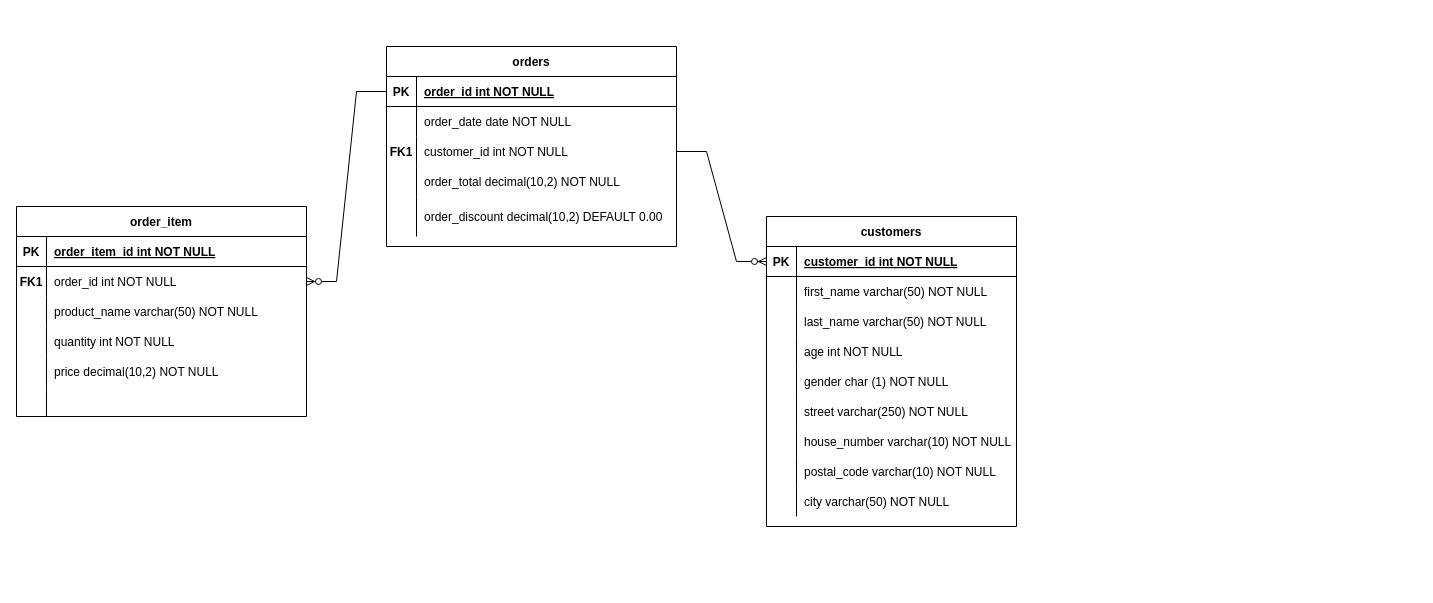
The draw.io diagram Untitled Diagram.drawio in RaisaNM/Diamond-Collector-PRG4-eindopdracht, before the edit. Source tidied: cells renumbered, new cells numbered last; positions are measured from the earlier drawing's top-left corner, leaving out a move shared by most shapes. Both pictures are drawn from the tidied source at 100%, with x=0, y=0 at pixel (16, 46).
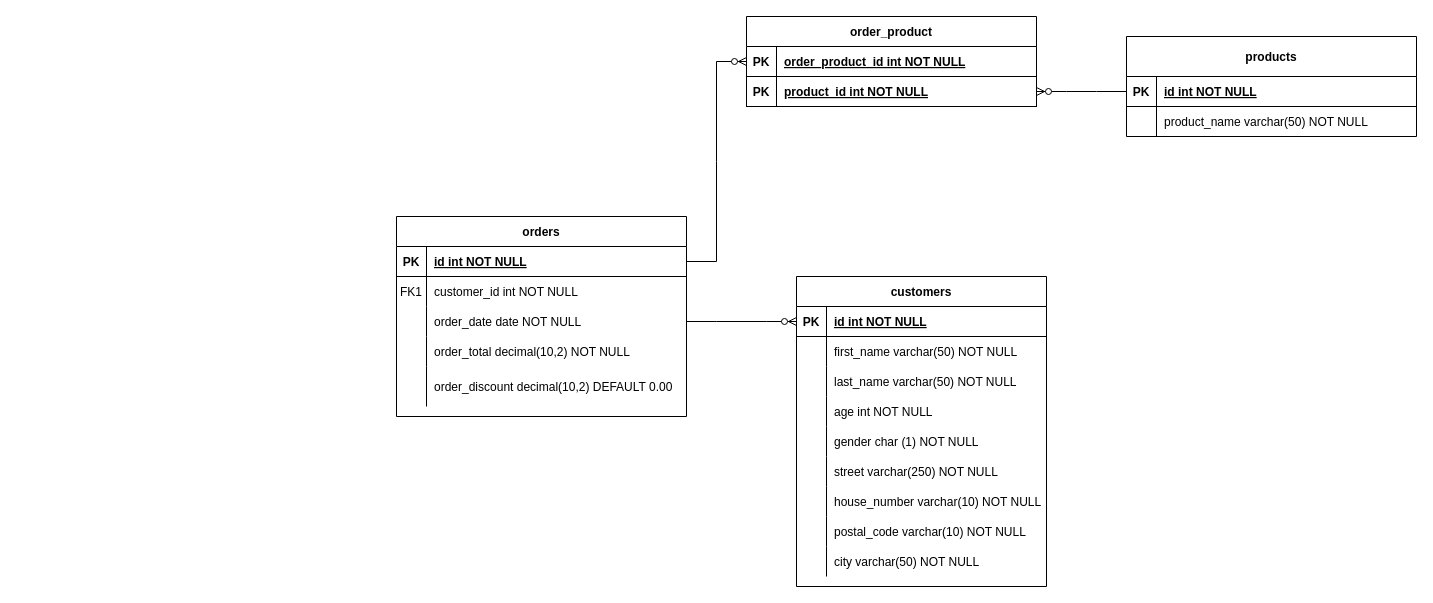
The same diagram, later.

Unchanged cells that the change refers to:
```xml
<mxCell id="3" style="shape=partialRectangle;fillColor=none;points=[[0,0.5],[1,0.5]];portConstraint=eastwest;top=0;left=0;right=0;bottom=1;" parent="2" vertex="1">
  <mxGeometry y="30" width="290" height="30" as="geometry" />
</mxCell>
<mxCell id="6" style="shape=partialRectangle;fillColor=none;top=0;left=0;right=0;bottom=0;" parent="2" vertex="1">
  <mxGeometry y="60" width="290" height="30" as="geometry" />
</mxCell>
<mxCell id="9" style="shape=partialRectangle;fillColor=none;points=[[0,0.5],[1,0.5]];portConstraint=eastwest;top=0;left=0;right=0;bottom=0;" parent="2" vertex="1">
  <mxGeometry y="90" width="290" height="30" as="geometry" />
</mxCell>
<mxCell id="19" style="shape=partialRectangle;fillColor=none;points=[[0,0.5],[1,0.5]];portConstraint=eastwest;top=0;left=0;right=0;bottom=1;" parent="18" vertex="1">
  <mxGeometry y="30" width="290" height="30" as="geometry" />
</mxCell>
<mxCell id="38" style="shape=partialRectangle;fillColor=none;points=[[0,0.5],[1,0.5]];portConstraint=eastwest;top=0;left=0;right=0;bottom=1;" parent="37" vertex="1">
  <mxGeometry y="30" width="250" height="30" as="geometry" />
</mxCell>
```

Diff of the diagram source:
```diff
@@
     <mxCell id="2" value="orders" style="shape=table;startSize=30;childLayout=tableLayout;rowLines=0;fontStyle=1;align=center;" parent="1" vertex="1">
-      <mxGeometry x="370" width="290" height="200" as="geometry" />
+      <mxGeometry x="380" y="170" width="290" height="200" as="geometry" />
     </mxCell>
@@
-    <mxCell id="5" value="order_id int NOT NULL " style="shape=partialRectangle;overflow=hidden;fillColor=none;top=0;left=0;bottom=0;right=0;align=left;spacingLeft=6;fontStyle=5;" parent="3" vertex="1">
+    <mxCell id="5" value="id int NOT NULL " style="shape=partialRectangle;overflow=hidden;fillColor=none;top=0;left=0;bottom=0;right=0;align=left;spacingLeft=6;fontStyle=5;" parent="3" vertex="1">
       <mxGeometry x="30" width="260" height="30" as="geometry" />
     </mxCell>
@@
-    <mxCell id="7" style="shape=partialRectangle;overflow=hidden;fillColor=none;top=0;left=0;bottom=0;right=0;" parent="6" vertex="1">
+    <mxCell id="7" value="FK1" style="shape=partialRectangle;overflow=hidden;fillColor=none;top=0;left=0;bottom=0;right=0;" parent="6" vertex="1">
       <mxGeometry width="30" height="30" as="geometry" />
     </mxCell>
-    <mxCell id="8" value="order_date date NOT NULL" style="shape=partialRectangle;overflow=hidden;fillColor=none;top=0;left=0;bottom=0;right=0;align=left;spacingLeft=6;" parent="6" vertex="1">
+    <mxCell id="8" value="customer_id int NOT NULL" style="shape=partialRectangle;overflow=hidden;fillColor=none;top=0;left=0;bottom=0;right=0;align=left;spacingLeft=6;" parent="6" vertex="1">
       <mxGeometry x="30" width="260" height="30" as="geometry" />
     </mxCell>
@@
-    <mxCell id="10" value="FK1" style="shape=partialRectangle;overflow=hidden;fillColor=none;top=0;left=0;bottom=0;right=0;fontStyle=1;" parent="9" vertex="1">
+    <mxCell id="10" style="shape=partialRectangle;overflow=hidden;fillColor=none;top=0;left=0;bottom=0;right=0;fontStyle=1;" parent="9" vertex="1">
       <mxGeometry width="30" height="30" as="geometry" />
     </mxCell>
-    <mxCell id="11" value="customer_id int NOT NULL" style="shape=partialRectangle;overflow=hidden;fillColor=none;top=0;left=0;bottom=0;right=0;align=left;spacingLeft=6;" parent="9" vertex="1">
+    <mxCell id="11" value="order_date date NOT NULL" style="shape=partialRectangle;overflow=hidden;fillColor=none;top=0;left=0;bottom=0;right=0;align=left;spacingLeft=6;" parent="9" vertex="1">
       <mxGeometry x="30" width="260" height="30" as="geometry" />
     </mxCell>
@@
-    <mxCell id="18" value="order_item" style="shape=table;startSize=30;childLayout=tableLayout;rowLines=0;fontStyle=1;align=center;" parent="1" vertex="1">
-      <mxGeometry y="160" width="290" height="210" as="geometry" />
+    <mxCell id="18" value="order_product" style="shape=table;startSize=30;childLayout=tableLayout;rowLines=0;fontStyle=1;align=center;" parent="1" vertex="1">
+      <mxGeometry x="730" y="-30" width="290" height="90" as="geometry" />
     </mxCell>
@@
-    <mxCell id="21" value="order_item_id int NOT NULL" style="shape=partialRectangle;overflow=hidden;fillColor=none;top=0;left=0;bottom=0;right=0;align=left;spacingLeft=6;fontStyle=5;" parent="19" vertex="1">
+    <mxCell id="21" value="order_product_id int NOT NULL" style="shape=partialRectangle;overflow=hidden;fillColor=none;top=0;left=0;bottom=0;right=0;align=left;spacingLeft=6;fontStyle=5;" parent="19" vertex="1">
       <mxGeometry x="30" width="260" height="30" as="geometry" />
     </mxCell>
-    <mxCell id="22" style="shape=partialRectangle;fillColor=none;points=[[0,0.5],[1,0.5]];portConstraint=eastwest;top=0;left=0;right=0;bottom=0;" parent="18" vertex="1">
-      <mxGeometry y="60" width="290" height="30" as="geometry" />
-    </mxCell>
-    <mxCell id="23" value="FK1" style="shape=partialRectangle;overflow=hidden;fillColor=none;top=0;left=0;bottom=0;right=0;fontStyle=1;" parent="22" vertex="1">
-      <mxGeometry width="30" height="30" as="geometry" />
-    </mxCell>
-    <mxCell id="24" value="order_id int NOT NULL" style="shape=partialRectangle;overflow=hidden;fillColor=none;top=0;left=0;bottom=0;right=0;align=left;spacingLeft=6;" parent="22" vertex="1">
-      <mxGeometry x="30" width="260" height="30" as="geometry" />
-    </mxCell>
-    <mxCell id="25" style="shape=partialRectangle;fillColor=none;top=0;left=0;right=0;bottom=0;" parent="18" vertex="1">
-      <mxGeometry y="90" width="290" height="30" as="geometry" />
-    </mxCell>
-    <mxCell id="26" style="shape=partialRectangle;overflow=hidden;fillColor=none;top=0;left=0;bottom=0;right=0;" parent="25" vertex="1">
-      <mxGeometry width="30" height="30" as="geometry" />
-    </mxCell>
-    <mxCell id="27" value="product_name varchar(50) NOT NULL" style="shape=partialRectangle;overflow=hidden;fillColor=none;top=0;left=0;bottom=0;right=0;align=left;spacingLeft=6;" parent="25" vertex="1">
-      <mxGeometry x="30" width="260" height="30" as="geometry" />
-    </mxCell>
-    <mxCell id="28" style="shape=partialRectangle;fillColor=none;top=0;left=0;right=0;bottom=0;" parent="18" vertex="1">
-      <mxGeometry y="120" width="290" height="30" as="geometry" />
-    </mxCell>
-    <mxCell id="29" style="shape=partialRectangle;overflow=hidden;fillColor=none;top=0;left=0;bottom=0;right=0;" parent="28" vertex="1">
-      <mxGeometry width="30" height="30" as="geometry" />
-    </mxCell>
-    <mxCell id="30" value="quantity int NOT NULL" style="shape=partialRectangle;overflow=hidden;fillColor=none;top=0;left=0;bottom=0;right=0;align=left;spacingLeft=6;" parent="28" vertex="1">
-      <mxGeometry x="30" width="260" height="30" as="geometry" />
-    </mxCell>
-    <mxCell id="31" style="shape=partialRectangle;fillColor=none;top=0;left=0;right=0;bottom=0;" parent="18" vertex="1">
-      <mxGeometry y="150" width="290" height="30" as="geometry" />
-    </mxCell>
-    <mxCell id="32" style="shape=partialRectangle;overflow=hidden;fillColor=none;top=0;left=0;bottom=0;right=0;" parent="31" vertex="1">
-      <mxGeometry width="30" height="30" as="geometry" />
-    </mxCell>
-    <mxCell id="33" value="price decimal(10,2) NOT NULL" style="shape=partialRectangle;overflow=hidden;fillColor=none;top=0;left=0;bottom=0;right=0;align=left;spacingLeft=6;" parent="31" vertex="1">
-      <mxGeometry x="30" width="260" height="30" as="geometry" />
-    </mxCell>
-    <mxCell id="34" style="shape=partialRectangle;fillColor=none;top=0;left=0;right=0;bottom=0;" parent="18" vertex="1">
-      <mxGeometry y="180" width="290" height="30" as="geometry" />
-    </mxCell>
-    <mxCell id="35" style="shape=partialRectangle;overflow=hidden;fillColor=none;top=0;left=0;bottom=0;right=0;" parent="34" vertex="1">
-      <mxGeometry width="30" height="30" as="geometry" />
-    </mxCell>
-    <mxCell id="36" style="shape=partialRectangle;overflow=hidden;fillColor=none;top=0;left=0;bottom=0;right=0;align=left;spacingLeft=6;" parent="34" vertex="1">
-      <mxGeometry x="30" width="260" height="30" as="geometry" />
-    </mxCell>
+    <mxCell id="67" style="shape=partialRectangle;fillColor=none;points=[[0,0.5],[1,0.5]];portConstraint=eastwest;top=0;left=0;right=0;bottom=1;" parent="18" vertex="1">
+      <mxGeometry y="60" width="290" height="30" as="geometry" />
+    </mxCell>
+    <mxCell id="68" value="PK" style="shape=partialRectangle;overflow=hidden;fillColor=none;top=0;left=0;bottom=0;right=0;fontStyle=1;" parent="67" vertex="1">
+      <mxGeometry width="30" height="30" as="geometry" />
+    </mxCell>
+    <mxCell id="69" value="product_id int NOT NULL" style="shape=partialRectangle;overflow=hidden;fillColor=none;top=0;left=0;bottom=0;right=0;align=left;spacingLeft=6;fontStyle=5;" parent="67" vertex="1">
+      <mxGeometry x="30" width="260" height="30" as="geometry" />
+    </mxCell>
     <mxCell id="37" value="customers" style="shape=table;startSize=30;childLayout=tableLayout;rowLines=0;fontStyle=1;align=center;" parent="1" vertex="1">
-      <mxGeometry x="750" y="170" width="250" height="310" as="geometry" />
+      <mxGeometry x="780" y="230" width="250" height="310" as="geometry" />
     </mxCell>
@@
-    <mxCell id="40" value="customer_id int NOT NULL " style="shape=partialRectangle;overflow=hidden;fillColor=none;top=0;left=0;bottom=0;right=0;align=left;spacingLeft=6;fontStyle=5;" parent="38" vertex="1">
+    <mxCell id="40" value="id int NOT NULL " style="shape=partialRectangle;overflow=hidden;fillColor=none;top=0;left=0;bottom=0;right=0;align=left;spacingLeft=6;fontStyle=5;" parent="38" vertex="1">
       <mxGeometry x="30" width="220" height="30" as="geometry" />
     </mxCell>
@@
-    <mxCell id="65" style="edgeStyle=entityRelationEdgeStyle;fontSize=12;html=1;endArrow=ERzeroToMany;endFill=1;rounded=0;exitX=0;exitY=0.5;exitDx=0;exitDy=0;entryX=1;entryY=0.5;entryDx=0;entryDy=0;" parent="1" edge="1" source="3" target="22">
+    <mxCell id="65" style="edgeStyle=entityRelationEdgeStyle;fontSize=12;html=1;endArrow=ERzeroToMany;endFill=1;rounded=0;exitX=1;exitY=0.5;exitDx=0;exitDy=0;entryX=0;entryY=0.5;entryDx=0;entryDy=0;" parent="1" edge="1" source="3" target="19">
       <mxGeometry relative="1" as="geometry" />
     </mxCell>
@@
+    <mxCell id="70" value="products" style="shape=table;startSize=40;childLayout=tableLayout;rowLines=0;fontStyle=1;align=center;" parent="1" vertex="1">
+      <mxGeometry x="1110" y="-10" width="290" height="100" as="geometry" />
+    </mxCell>
+    <mxCell id="71" style="shape=partialRectangle;fillColor=none;points=[[0,0.5],[1,0.5]];portConstraint=eastwest;top=0;left=0;right=0;bottom=1;" parent="70" vertex="1">
+      <mxGeometry y="40" width="290" height="30" as="geometry" />
+    </mxCell>
+    <mxCell id="72" value="PK" style="shape=partialRectangle;overflow=hidden;fillColor=none;top=0;left=0;bottom=0;right=0;fontStyle=1;" parent="71" vertex="1">
+      <mxGeometry width="30" height="30" as="geometry" />
+    </mxCell>
+    <mxCell id="73" value="id int NOT NULL" style="shape=partialRectangle;overflow=hidden;fillColor=none;top=0;left=0;bottom=0;right=0;align=left;spacingLeft=6;fontStyle=5;" parent="71" vertex="1">
+      <mxGeometry x="30" width="260" height="30" as="geometry" />
+    </mxCell>
+    <mxCell id="74" style="shape=partialRectangle;fillColor=none;top=0;left=0;right=0;bottom=0;" parent="70" vertex="1">
+      <mxGeometry y="70" width="290" height="30" as="geometry" />
+    </mxCell>
+    <mxCell id="75" style="shape=partialRectangle;overflow=hidden;fillColor=none;top=0;left=0;bottom=0;right=0;" parent="74" vertex="1">
+      <mxGeometry width="30" height="30" as="geometry" />
+    </mxCell>
+    <mxCell id="27" value="product_name varchar(50) NOT NULL" style="shape=partialRectangle;overflow=hidden;fillColor=none;top=0;left=0;bottom=0;right=0;align=left;spacingLeft=6;" parent="74" vertex="1">
+      <mxGeometry x="30" width="260" height="30" as="geometry" />
+    </mxCell>
+    <mxCell id="76" style="edgeStyle=entityRelationEdgeStyle;fontSize=12;html=1;endArrow=ERzeroToMany;endFill=1;rounded=0;exitX=0;exitY=0.5;exitDx=0;exitDy=0;entryX=1;entryY=0.5;entryDx=0;entryDy=0;" parent="1" edge="1" source="71" target="67">
+      <mxGeometry relative="1" as="geometry" />
+    </mxCell>
```
